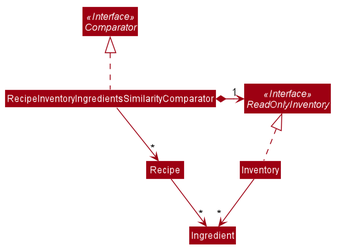
Before: docs/images/CookbookSearchByInventoryClassDiagram.png, a diagram exported from PlantUML (tzihiang/main). The source it was exported from:
```plantuml
@startuml








skinparam BackgroundColor #FFFFFFF

skinparam Shadowing false

skinparam Class {
    FontColor #FFFFFF
    BorderThickness 1
    BorderColor #FFFFFF
    StereotypeFontColor #FFFFFF
    FontName Arial
}

skinparam Actor {
    BorderColor #000000
    Color #000000
    FontName Arial
}

skinparam Sequence {
    MessageAlign center
    BoxFontSize 15
    BoxPadding 0
    BoxFontColor #FFFFFF
    FontName Arial
}

skinparam Participant {
    FontColor #FFFFFFF
    Padding 20
}

skinparam MinClassWidth 50
skinparam ParticipantPadding 10
skinparam Shadowing false
skinparam DefaultTextAlignment center
skinparam packageStyle Rectangle

hide footbox
hide members
hide circle
skinparam arrowThickness 1.1
skinparam arrowColor #9D0012
skinparam classBackgroundColor #9D0012

Interface Comparator <<Interface>>
Class RecipeInventoryIngredientsSimilarityComparator
Interface ReadOnlyInventory <<Interface>>
Class Inventory
Class Recipe
Class Ingredient

RecipeInventoryIngredientsSimilarityComparator .up.|> Comparator
RecipeInventoryIngredientsSimilarityComparator -down-> "*" Recipe
RecipeInventoryIngredientsSimilarityComparator *-right-> "1" ReadOnlyInventory

Inventory .up.|> ReadOnlyInventory
Inventory --> "*" Ingredient
Recipe --> "*" Ingredient

@enduml
```
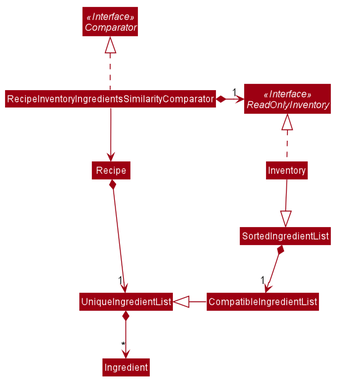
Above is the later version.

Commit message:
Update class diagram

Change to the diagram source:
```diff
@@ -55,15 +55,20 @@
 Class RecipeInventoryIngredientsSimilarityComparator
 Interface ReadOnlyInventory <<Interface>>
 Class Inventory
+Class SortedIngredientList
+Class CompatibleIngredientList
+Class UniqueIngredientList
 Class Recipe
 Class Ingredient
 
 RecipeInventoryIngredientsSimilarityComparator .up.|> Comparator
-RecipeInventoryIngredientsSimilarityComparator -down-> "*" Recipe
+RecipeInventoryIngredientsSimilarityComparator -down-> Recipe
 RecipeInventoryIngredientsSimilarityComparator *-right-> "1" ReadOnlyInventory
 
 Inventory .up.|> ReadOnlyInventory
-Inventory --> "*" Ingredient
-Recipe --> "*" Ingredient
-
+Inventory --|> SortedIngredientList
+SortedIngredientList *--> "1" CompatibleIngredientList
+CompatibleIngredientList -left-|> UniqueIngredientList
+UniqueIngredientList *--> "*" Ingredient
+Recipe *---> "1" UniqueIngredientList
 @enduml
```
